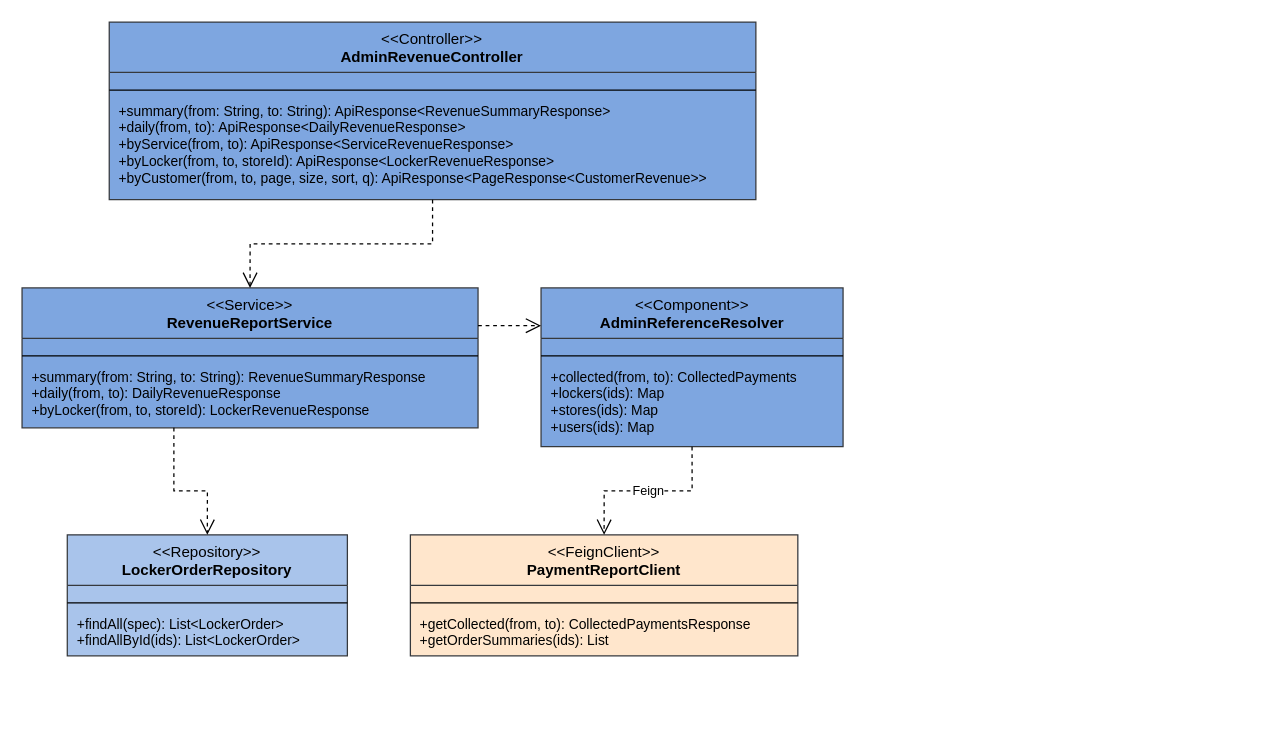
LockR-Tech/docs keeps this draw.io diagram as rp4/sdd-assets/drawio/cls_revenue.drawio. Above is the earlier version. Source tidied: cells renumbered, new cells numbered last; positions are measured from the earlier drawing's top-left corner, leaving out a move shared by most shapes. Both pictures are drawn from the tidied source at 126%, with x=0, y=0 at pixel (21, 21).
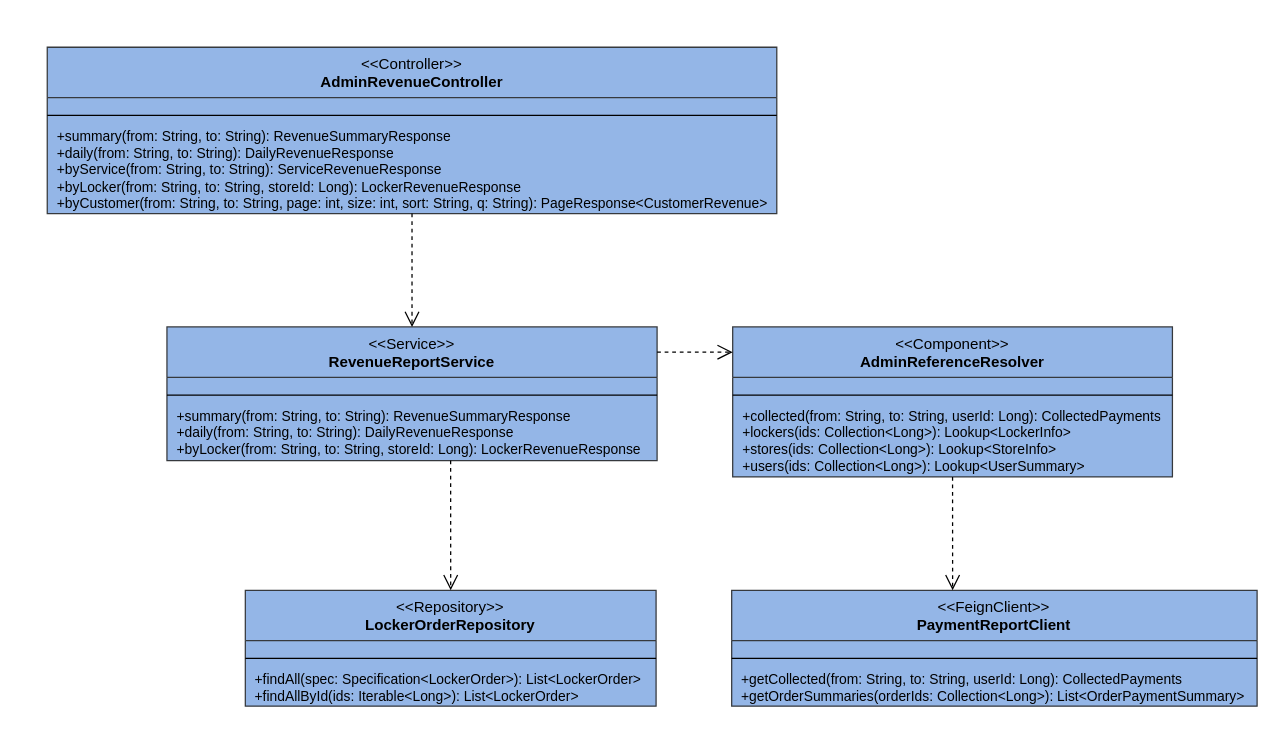
After the change.

The edit, as a diff of the source:
```diff
@@
-    <mxCell id="2" value="&amp;lt;&amp;lt;Controller&amp;gt;&amp;gt;&lt;br&gt;&lt;b&gt;AdminRevenueController&lt;/b&gt;" style="swimlane;fontStyle=0;align=center;verticalAlign=top;horizontal=1;startSize=40;html=1;whiteSpace=wrap;fillColor=#7EA6E0;swimlaneFillColor=#7EA6E0;strokeColor=#36393d;fontSize=12;" parent="1" vertex="1">
-      <mxGeometry x="69.2" width="513.2" height="141" as="geometry" />
+    <mxCell id="2" value="&amp;lt;&amp;lt;Controller&amp;gt;&amp;gt;&lt;br&gt;&lt;b&gt;AdminRevenueController&lt;/b&gt;" style="swimlane;fontStyle=0;align=center;verticalAlign=top;horizontal=1;startSize=40;html=1;whiteSpace=wrap;fillColor=#94B6E7;swimlaneFillColor=#94B6E7;strokeColor=#36393d;fontSize=12;" parent="1" vertex="1">
+      <mxGeometry x="20" y="20" width="579" height="132" as="geometry" />
     </mxCell>
     <mxCell id="3" style="text;strokeColor=none;fillColor=none;align=left;verticalAlign=top;spacingLeft=6;spacingRight=4;overflow=hidden;html=1;whiteSpace=nowrap;fontSize=11;" parent="2" vertex="1">
-      <mxGeometry y="40" width="513.2" height="10" as="geometry" />
+      <mxGeometry y="40" width="579" height="10" as="geometry" />
     </mxCell>
     <mxCell id="4" style="line;strokeWidth=1;fillColor=none;align=left;verticalAlign=middle;spacingTop=-1;spacingLeft=3;spacingRight=3;labelPosition=right;" parent="2" vertex="1">
-      <mxGeometry y="50" width="513.2" height="8" as="geometry" />
+      <mxGeometry y="50" width="579" height="8" as="geometry" />
     </mxCell>
-    <mxCell id="5" value="+summary(from: String, to: String): ApiResponse&amp;lt;RevenueSummaryResponse&amp;gt;&lt;br&gt;+daily(from, to): ApiResponse&amp;lt;DailyRevenueResponse&amp;gt;&lt;br&gt;+byService(from, to): ApiResponse&amp;lt;ServiceRevenueResponse&amp;gt;&lt;br&gt;+byLocker(from, to, storeId): ApiResponse&amp;lt;LockerRevenueResponse&amp;gt;&lt;br&gt;+byCustomer(from, to, page, size, sort, q): ApiResponse&amp;lt;PageResponse&amp;lt;CustomerRevenue&amp;gt;&amp;gt;" style="text;strokeColor=none;fillColor=none;align=left;verticalAlign=top;spacingLeft=6;spacingRight=4;overflow=hidden;html=1;whiteSpace=nowrap;fontSize=11;" parent="2" vertex="1">
-      <mxGeometry y="58" width="513.2" height="83" as="geometry" />
+    <mxCell id="5" value="+summary(from: String, to: String): RevenueSummaryResponse&lt;br&gt;+daily(from: String, to: String): DailyRevenueResponse&lt;br&gt;+byService(from: String, to: String): ServiceRevenueResponse&lt;br&gt;+byLocker(from: String, to: String, storeId: Long): LockerRevenueResponse&lt;br&gt;+byCustomer(from: String, to: String, page: int, size: int, sort: String, q: String): PageResponse&amp;lt;CustomerRevenue&amp;gt;" style="text;strokeColor=none;fillColor=none;align=left;verticalAlign=top;spacingLeft=6;spacingRight=4;overflow=hidden;html=1;whiteSpace=nowrap;fontSize=11;" parent="2" vertex="1">
+      <mxGeometry y="58" width="579" height="74" as="geometry" />
     </mxCell>
-    <mxCell id="6" value="&amp;lt;&amp;lt;Service&amp;gt;&amp;gt;&lt;br&gt;&lt;b&gt;RevenueReportService&lt;/b&gt;" style="swimlane;fontStyle=0;align=center;verticalAlign=top;horizontal=1;startSize=40;html=1;whiteSpace=wrap;fillColor=#7EA6E0;swimlaneFillColor=#7EA6E0;strokeColor=#36393d;fontSize=12;" parent="1" vertex="1">
-      <mxGeometry y="211" width="361.9" height="111" as="geometry" />
+    <mxCell id="6" value="&amp;lt;&amp;lt;Service&amp;gt;&amp;gt;&lt;br&gt;&lt;b&gt;RevenueReportService&lt;/b&gt;" style="swimlane;fontStyle=0;align=center;verticalAlign=top;horizontal=1;startSize=40;html=1;whiteSpace=wrap;fillColor=#94B6E7;swimlaneFillColor=#94B6E7;strokeColor=#36393d;fontSize=12;" parent="1" vertex="1">
+      <mxGeometry x="115" y="242" width="389" height="106" as="geometry" />
     </mxCell>
     <mxCell id="7" style="text;strokeColor=none;fillColor=none;align=left;verticalAlign=top;spacingLeft=6;spacingRight=4;overflow=hidden;html=1;whiteSpace=nowrap;fontSize=11;" parent="6" vertex="1">
-      <mxGeometry y="40" width="361.9" height="10" as="geometry" />
+      <mxGeometry y="40" width="389" height="10" as="geometry" />
     </mxCell>
     <mxCell id="8" style="line;strokeWidth=1;fillColor=none;align=left;verticalAlign=middle;spacingTop=-1;spacingLeft=3;spacingRight=3;labelPosition=right;" parent="6" vertex="1">
-      <mxGeometry y="50" width="361.9" height="8" as="geometry" />
+      <mxGeometry y="50" width="389" height="8" as="geometry" />
     </mxCell>
-    <mxCell id="9" value="+summary(from: String, to: String): RevenueSummaryResponse&lt;br&gt;+daily(from, to): DailyRevenueResponse&lt;br&gt;+byLocker(from, to, storeId): LockerRevenueResponse" style="text;strokeColor=none;fillColor=none;align=left;verticalAlign=top;spacingLeft=6;spacingRight=4;overflow=hidden;html=1;whiteSpace=nowrap;fontSize=11;" parent="6" vertex="1">
-      <mxGeometry y="58" width="361.9" height="53" as="geometry" />
+    <mxCell id="9" value="+summary(from: String, to: String): RevenueSummaryResponse&lt;br&gt;+daily(from: String, to: String): DailyRevenueResponse&lt;br&gt;+byLocker(from: String, to: String, storeId: Long): LockerRevenueResponse" style="text;strokeColor=none;fillColor=none;align=left;verticalAlign=top;spacingLeft=6;spacingRight=4;overflow=hidden;html=1;whiteSpace=nowrap;fontSize=11;" parent="6" vertex="1">
+      <mxGeometry y="58" width="389" height="48" as="geometry" />
     </mxCell>
-    <mxCell id="10" value="&amp;lt;&amp;lt;Component&amp;gt;&amp;gt;&lt;br&gt;&lt;b&gt;AdminReferenceResolver&lt;/b&gt;" style="swimlane;fontStyle=0;align=center;verticalAlign=top;horizontal=1;startSize=40;html=1;whiteSpace=wrap;fillColor=#7EA6E0;swimlaneFillColor=#7EA6E0;strokeColor=#36393d;fontSize=12;" parent="1" vertex="1">
-      <mxGeometry x="411.9" y="211" width="239.7" height="126" as="geometry" />
+    <mxCell id="10" value="&amp;lt;&amp;lt;Component&amp;gt;&amp;gt;&lt;br&gt;&lt;b&gt;AdminReferenceResolver&lt;/b&gt;" style="swimlane;fontStyle=0;align=center;verticalAlign=top;horizontal=1;startSize=40;html=1;whiteSpace=wrap;fillColor=#94B6E7;swimlaneFillColor=#94B6E7;strokeColor=#36393d;fontSize=12;" parent="1" vertex="1">
+      <mxGeometry x="564" y="242" width="349" height="119" as="geometry" />
     </mxCell>
     <mxCell id="11" style="text;strokeColor=none;fillColor=none;align=left;verticalAlign=top;spacingLeft=6;spacingRight=4;overflow=hidden;html=1;whiteSpace=nowrap;fontSize=11;" parent="10" vertex="1">
-      <mxGeometry y="40" width="239.7" height="10" as="geometry" />
+      <mxGeometry y="40" width="349" height="10" as="geometry" />
     </mxCell>
     <mxCell id="12" style="line;strokeWidth=1;fillColor=none;align=left;verticalAlign=middle;spacingTop=-1;spacingLeft=3;spacingRight=3;labelPosition=right;" parent="10" vertex="1">
-      <mxGeometry y="50" width="239.7" height="8" as="geometry" />
+      <mxGeometry y="50" width="349" height="8" as="geometry" />
     </mxCell>
-    <mxCell id="13" value="+collected(from, to): CollectedPayments&lt;br&gt;+lockers(ids): Map&lt;br&gt;+stores(ids): Map&lt;br&gt;+users(ids): Map" style="text;strokeColor=none;fillColor=none;align=left;verticalAlign=top;spacingLeft=6;spacingRight=4;overflow=hidden;html=1;whiteSpace=nowrap;fontSize=11;" parent="10" vertex="1">
-      <mxGeometry y="58" width="239.7" height="68" as="geometry" />
+    <mxCell id="13" value="+collected(from: String, to: String, userId: Long): CollectedPayments&lt;br&gt;+lockers(ids: Collection&amp;lt;Long&amp;gt;): Lookup&amp;lt;LockerInfo&amp;gt;&lt;br&gt;+stores(ids: Collection&amp;lt;Long&amp;gt;): Lookup&amp;lt;StoreInfo&amp;gt;&lt;br&gt;+users(ids: Collection&amp;lt;Long&amp;gt;): Lookup&amp;lt;UserSummary&amp;gt;" style="text;strokeColor=none;fillColor=none;align=left;verticalAlign=top;spacingLeft=6;spacingRight=4;overflow=hidden;html=1;whiteSpace=nowrap;fontSize=11;" parent="10" vertex="1">
+      <mxGeometry y="58" width="349" height="61" as="geometry" />
     </mxCell>
-    <mxCell id="14" value="&amp;lt;&amp;lt;Repository&amp;gt;&amp;gt;&lt;br&gt;&lt;b&gt;LockerOrderRepository&lt;/b&gt;" style="swimlane;fontStyle=0;align=center;verticalAlign=top;horizontal=1;startSize=40;html=1;whiteSpace=wrap;fillColor=#A9C4EB;swimlaneFillColor=#A9C4EB;strokeColor=#36393d;fontSize=12;" parent="1" vertex="1">
-      <mxGeometry x="35.9" y="407" width="222.3" height="96" as="geometry" />
+    <mxCell id="14" value="&amp;lt;&amp;lt;Repository&amp;gt;&amp;gt;&lt;br&gt;&lt;b&gt;LockerOrderRepository&lt;/b&gt;" style="swimlane;fontStyle=0;align=center;verticalAlign=top;horizontal=1;startSize=40;html=1;whiteSpace=wrap;fillColor=#94B6E7;swimlaneFillColor=#94B6E7;strokeColor=#36393d;fontSize=12;" parent="1" vertex="1">
+      <mxGeometry x="177.2" y="451" width="326" height="92" as="geometry" />
     </mxCell>
     <mxCell id="15" style="text;strokeColor=none;fillColor=none;align=left;verticalAlign=top;spacingLeft=6;spacingRight=4;overflow=hidden;html=1;whiteSpace=nowrap;fontSize=11;" parent="14" vertex="1">
-      <mxGeometry y="40" width="222.3" height="10" as="geometry" />
+      <mxGeometry y="40" width="326" height="10" as="geometry" />
     </mxCell>
     <mxCell id="16" style="line;strokeWidth=1;fillColor=none;align=left;verticalAlign=middle;spacingTop=-1;spacingLeft=3;spacingRight=3;labelPosition=right;" parent="14" vertex="1">
-      <mxGeometry y="50" width="222.3" height="8" as="geometry" />
+      <mxGeometry y="50" width="326" height="8" as="geometry" />
     </mxCell>
-    <mxCell id="17" value="+findAll(spec): List&amp;lt;LockerOrder&amp;gt;&lt;br&gt;+findAllById(ids): List&amp;lt;LockerOrder&amp;gt;" style="text;strokeColor=none;fillColor=none;align=left;verticalAlign=top;spacingLeft=6;spacingRight=4;overflow=hidden;html=1;whiteSpace=nowrap;fontSize=11;" parent="14" vertex="1">
-      <mxGeometry y="58" width="222.3" height="38" as="geometry" />
+    <mxCell id="17" value="+findAll(spec: Specification&amp;lt;LockerOrder&amp;gt;): List&amp;lt;LockerOrder&amp;gt;&lt;br&gt;+findAllById(ids: Iterable&amp;lt;Long&amp;gt;): List&amp;lt;LockerOrder&amp;gt;" style="text;strokeColor=none;fillColor=none;align=left;verticalAlign=top;spacingLeft=6;spacingRight=4;overflow=hidden;html=1;whiteSpace=nowrap;fontSize=11;" parent="14" vertex="1">
+      <mxGeometry y="58" width="326" height="34" as="geometry" />
     </mxCell>
-    <mxCell id="18" value="&amp;lt;&amp;lt;FeignClient&amp;gt;&amp;gt;&lt;br&gt;&lt;b&gt;PaymentReportClient&lt;/b&gt;" style="swimlane;fontStyle=0;align=center;verticalAlign=top;horizontal=1;startSize=40;html=1;whiteSpace=wrap;fillColor=#FFE6CC;swimlaneFillColor=#FFE6CC;strokeColor=#36393d;fontSize=12;" parent="1" vertex="1">
-      <mxGeometry x="308.2" y="407" width="307.5" height="96" as="geometry" />
+    <mxCell id="18" value="&amp;lt;&amp;lt;FeignClient&amp;gt;&amp;gt;&lt;br&gt;&lt;b&gt;PaymentReportClient&lt;/b&gt;" style="swimlane;fontStyle=0;align=center;verticalAlign=top;horizontal=1;startSize=40;html=1;whiteSpace=wrap;fillColor=#94B6E7;swimlaneFillColor=#94B6E7;strokeColor=#36393d;fontSize=12;" parent="1" vertex="1">
+      <mxGeometry x="563.2" y="451" width="417" height="92" as="geometry" />
     </mxCell>
     <mxCell id="19" style="text;strokeColor=none;fillColor=none;align=left;verticalAlign=top;spacingLeft=6;spacingRight=4;overflow=hidden;html=1;whiteSpace=nowrap;fontSize=11;" parent="18" vertex="1">
-      <mxGeometry y="40" width="307.5" height="10" as="geometry" />
+      <mxGeometry y="40" width="417" height="10" as="geometry" />
     </mxCell>
     <mxCell id="20" style="line;strokeWidth=1;fillColor=none;align=left;verticalAlign=middle;spacingTop=-1;spacingLeft=3;spacingRight=3;labelPosition=right;" parent="18" vertex="1">
-      <mxGeometry y="50" width="307.5" height="8" as="geometry" />
+      <mxGeometry y="50" width="417" height="8" as="geometry" />
     </mxCell>
-    <mxCell id="21" value="+getCollected(from, to): CollectedPaymentsResponse&lt;br&gt;+getOrderSummaries(ids): List" style="text;strokeColor=none;fillColor=none;align=left;verticalAlign=top;spacingLeft=6;spacingRight=4;overflow=hidden;html=1;whiteSpace=nowrap;fontSize=11;" parent="18" vertex="1">
-      <mxGeometry y="58" width="307.5" height="38" as="geometry" />
+    <mxCell id="21" value="+getCollected(from: String, to: String, userId: Long): CollectedPayments&lt;br&gt;+getOrderSummaries(orderIds: Collection&amp;lt;Long&amp;gt;): List&amp;lt;OrderPaymentSummary&amp;gt;" style="text;strokeColor=none;fillColor=none;align=left;verticalAlign=top;spacingLeft=6;spacingRight=4;overflow=hidden;html=1;whiteSpace=nowrap;fontSize=11;" parent="18" vertex="1">
+      <mxGeometry y="58" width="417" height="34" as="geometry" />
     </mxCell>
-    <mxCell id="22" style="edgeStyle=orthogonalEdgeStyle;rounded=0;html=1;dashed=1;endArrow=open;endSize=10;fontSize=10;labelBackgroundColor=#ffffff;exitX=0.500;exitY=1;exitDx=0;exitDy=0;entryX=0.500;entryY=0;entryDx=0;entryDy=0;" parent="1" edge="1" source="2" target="6">
-      <mxGeometry relative="1" as="geometry">
-        <Array as="points">
-          <mxPoint x="325.8" y="176" />
-          <mxPoint x="181" y="176" />
-        </Array>
-      </mxGeometry>
+    <mxCell id="22" style="edgeStyle=none;rounded=0;html=1;fontSize=10;labelBackgroundColor=#ffffff;strokeColor=#000000;dashed=1;endArrow=open;endSize=10;exitX=1.0000;exitY=0.1887;exitDx=0;exitDy=0;exitPerimeter=0;entryX=0.0000;entryY=0.1681;entryDx=0;entryDy=0;entryPerimeter=0;" parent="1" edge="1" source="6" target="10">
+      <mxGeometry relative="1" as="geometry" />
     </mxCell>
-    <mxCell id="23" style="edgeStyle=orthogonalEdgeStyle;rounded=0;html=1;dashed=1;endArrow=open;endSize=10;fontSize=10;labelBackgroundColor=#ffffff;exitX=1;exitY=0.2703;exitDx=0;exitDy=0;entryX=0;entryY=0.2381;entryDx=0;entryDy=0;" parent="1" edge="1" source="6" target="10">
+    <mxCell id="23" style="edgeStyle=none;rounded=0;html=1;fontSize=10;labelBackgroundColor=#ffffff;strokeColor=#000000;dashed=1;endArrow=open;endSize=10;exitX=0.5000;exitY=1.0000;exitDx=0;exitDy=0;exitPerimeter=0;entryX=0.5000;entryY=0.0000;entryDx=0;entryDy=0;entryPerimeter=0;" parent="1" edge="1" source="2" target="6">
       <mxGeometry relative="1" as="geometry" />
     </mxCell>
-    <mxCell id="24" style="edgeStyle=orthogonalEdgeStyle;rounded=0;html=1;dashed=1;endArrow=open;endSize=10;fontSize=10;labelBackgroundColor=#ffffff;exitX=0.333;exitY=1;exitDx=0;exitDy=0;entryX=0.500;entryY=0;entryDx=0;entryDy=0;" parent="1" edge="1" source="6" target="14">
-      <mxGeometry relative="1" as="geometry">
-        <Array as="points">
-          <mxPoint x="120.6" y="372" />
-          <mxPoint x="147.1" y="372" />
-        </Array>
-      </mxGeometry>
+    <mxCell id="24" style="edgeStyle=none;rounded=0;html=1;fontSize=10;labelBackgroundColor=#ffffff;strokeColor=#000000;dashed=1;endArrow=open;endSize=10;exitX=0.5788;exitY=1.0000;exitDx=0;exitDy=0;exitPerimeter=0;entryX=0.5000;entryY=0.0000;entryDx=0;entryDy=0;entryPerimeter=0;" parent="1" edge="1" source="6" target="14">
+      <mxGeometry relative="1" as="geometry" />
     </mxCell>
-    <mxCell id="25" value="Feign" style="edgeStyle=orthogonalEdgeStyle;rounded=0;html=1;dashed=1;endArrow=open;endSize=10;fontSize=10;labelBackgroundColor=#ffffff;exitX=0.500;exitY=1;exitDx=0;exitDy=0;entryX=0.500;entryY=0;entryDx=0;entryDy=0;" parent="1" edge="1" source="10" target="18">
-      <mxGeometry relative="1" as="geometry">
-        <Array as="points">
-          <mxPoint x="531.8" y="372" />
-          <mxPoint x="461.9" y="372" />
-        </Array>
-      </mxGeometry>
+    <mxCell id="25" style="edgeStyle=none;rounded=0;html=1;fontSize=10;labelBackgroundColor=#ffffff;strokeColor=#000000;dashed=1;endArrow=open;endSize=10;exitX=0.5000;exitY=1.0000;exitDx=0;exitDy=0;exitPerimeter=0;entryX=0.4205;entryY=0.0000;entryDx=0;entryDy=0;entryPerimeter=0;" parent="1" edge="1" source="10" target="18">
+      <mxGeometry relative="1" as="geometry" />
     </mxCell>
```
